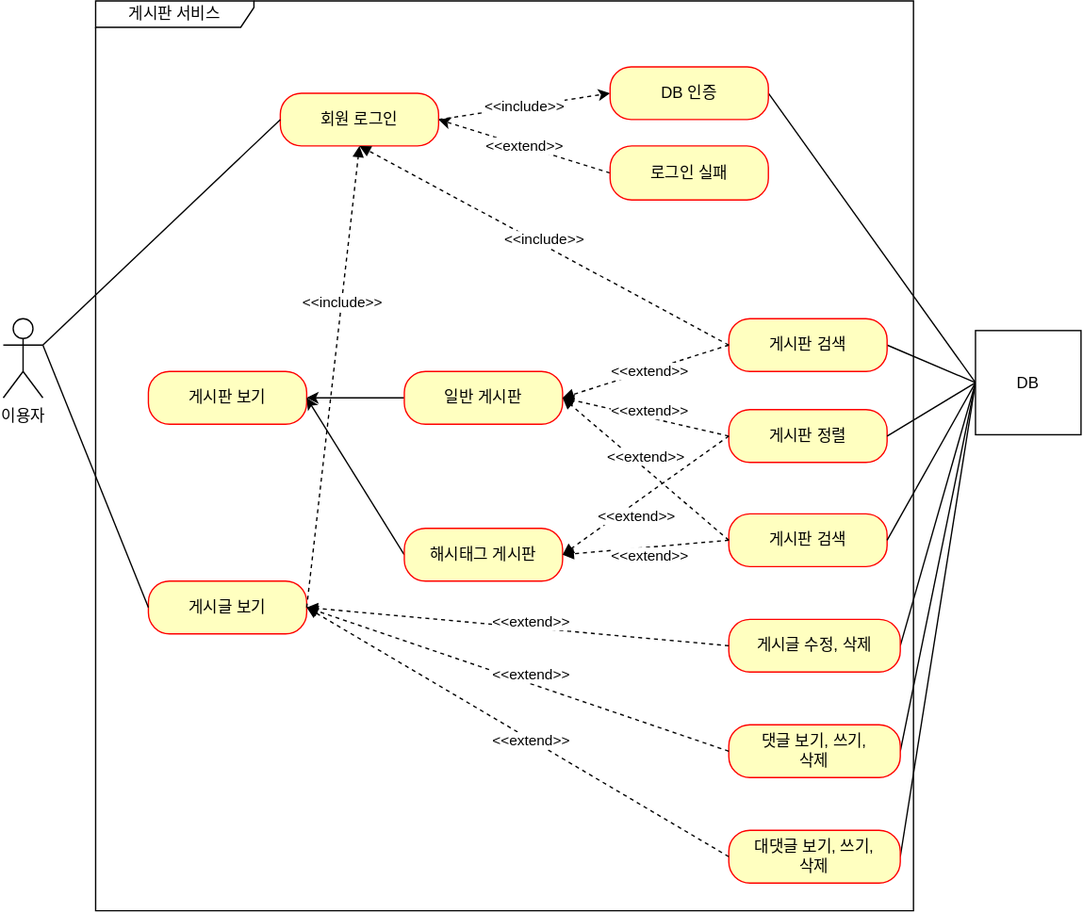
Above: document/use-case.svg in ChangGyu-Ryu/fastcampus-project-board (draw.io), before the change. Source tidied: cells renumbered, new cells last; positions are measured from the earlier drawing's top-left corner, leaving out a move shared by most shapes.
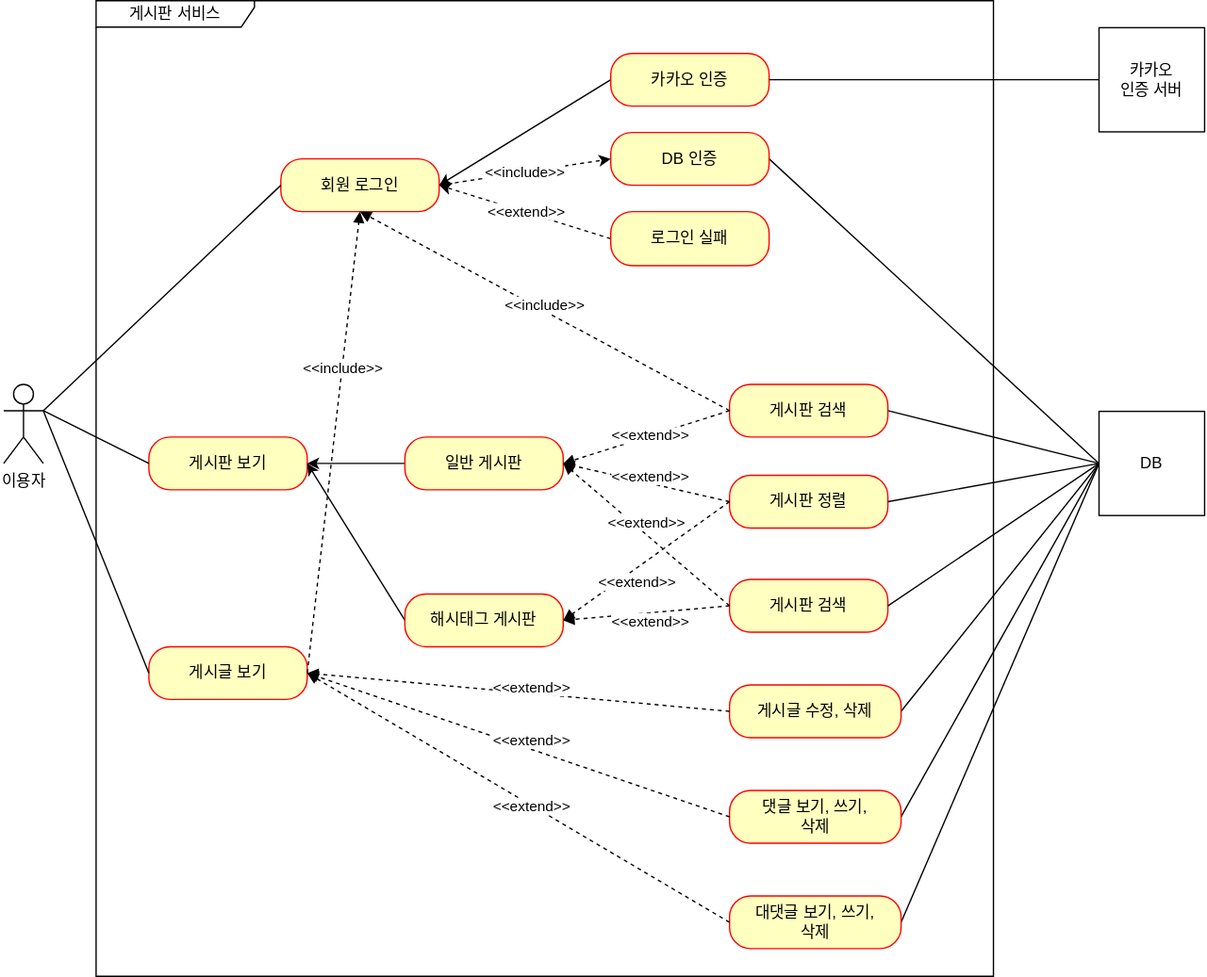
The same diagram one commit later.

Commit message:
#57 - use-case.svg: 카카오 인증 유즈 케이스 추가 (대댓글은 미리 표현하였음)

The edit, as a diff of the source:
```diff
@@ -6,7 +6,7 @@
       <mxGeometry y="241" width="30" height="60" as="geometry" />
     </mxCell>
     <mxCell id="3" value="게시판 서비스" style="shape=umlFrame;whiteSpace=wrap;html=1;width=120;height=20;" parent="1" vertex="1">
-      <mxGeometry x="70" width="620" height="690" as="geometry" />
+      <mxGeometry x="70" y="-50" width="680" height="740" as="geometry" />
     </mxCell>
     <mxCell id="4" value="게시판 보기" style="rounded=1;whiteSpace=wrap;html=1;arcSize=40;fontColor=#000000;fillColor=#ffffc0;strokeColor=#ff0000;" parent="1" vertex="1">
       <mxGeometry x="110" y="281" width="120" height="40" as="geometry" />
@@ -69,7 +69,7 @@
       <mxGeometry relative="1" as="geometry" />
     </mxCell>
     <mxCell id="24" value="DB" style="html=1;whiteSpace=wrap;" parent="1" vertex="1">
-      <mxGeometry x="737" y="250" width="80" height="79" as="geometry" />
+      <mxGeometry x="830" y="261.5" width="80" height="79" as="geometry" />
     </mxCell>
     <mxCell id="25" style="edgeStyle=orthogonalEdgeStyle;rounded=0;jettySize=auto;html=1;exitX=0;exitY=0.5;exitDx=0;exitDy=0;entryX=1;entryY=0.5;entryDx=0;entryDy=0;" parent="1" edge="1" source="26" target="4">
       <mxGeometry relative="1" as="geometry" />
@@ -119,5 +119,20 @@
     <mxCell id="40" value="&amp;lt;&amp;lt;extend&amp;gt;&amp;gt;" style="html=1;verticalAlign=bottom;endArrow=block;curved=0;rounded=0;dashed=1;entryX=1;entryY=0.5;entryDx=0;entryDy=0;exitX=0;exitY=0.5;exitDx=0;exitDy=0;" parent="1" edge="1" source="13" target="28">
       <mxGeometry x="-0.03" y="16" relative="1" as="geometry" />
     </mxCell>
+    <mxCell id="41" style="rounded=0;jettySize=auto;html=1;exitX=0;exitY=0.5;exitDx=0;exitDy=0;entryX=1;entryY=0.3333333333333333;entryDx=0;entryDy=0;entryPerimeter=0;endArrow=none;endFill=0;" parent="1" edge="1" source="4" target="2">
+      <mxGeometry relative="1" as="geometry" />
+    </mxCell>
+    <mxCell id="42" style="rounded=0;jettySize=auto;html=1;exitX=0;exitY=0.5;exitDx=0;exitDy=0;entryX=1;entryY=0.5;entryDx=0;entryDy=0;" parent="1" edge="1" source="43" target="7">
+      <mxGeometry relative="1" as="geometry" />
+    </mxCell>
+    <mxCell id="43" value="카카오 인증" style="rounded=1;whiteSpace=wrap;html=1;arcSize=40;fontColor=#000000;fillColor=#ffffc0;strokeColor=#ff0000;" parent="1" vertex="1">
+      <mxGeometry x="460" y="-10" width="120" height="40" as="geometry" />
+    </mxCell>
+    <mxCell id="44" style="rounded=0;jettySize=auto;html=1;entryX=1;entryY=0.5;entryDx=0;entryDy=0;endArrow=none;endFill=0;" parent="1" edge="1" source="45" target="43">
+      <mxGeometry relative="1" as="geometry" />
+    </mxCell>
+    <mxCell id="45" value="카카오&lt;br&gt;인증 서버" style="html=1;whiteSpace=wrap;" parent="1" vertex="1">
+      <mxGeometry x="830" y="-29.5" width="80" height="79" as="geometry" />
+    </mxCell>
   </root>
 </mxGraphModel>
```
